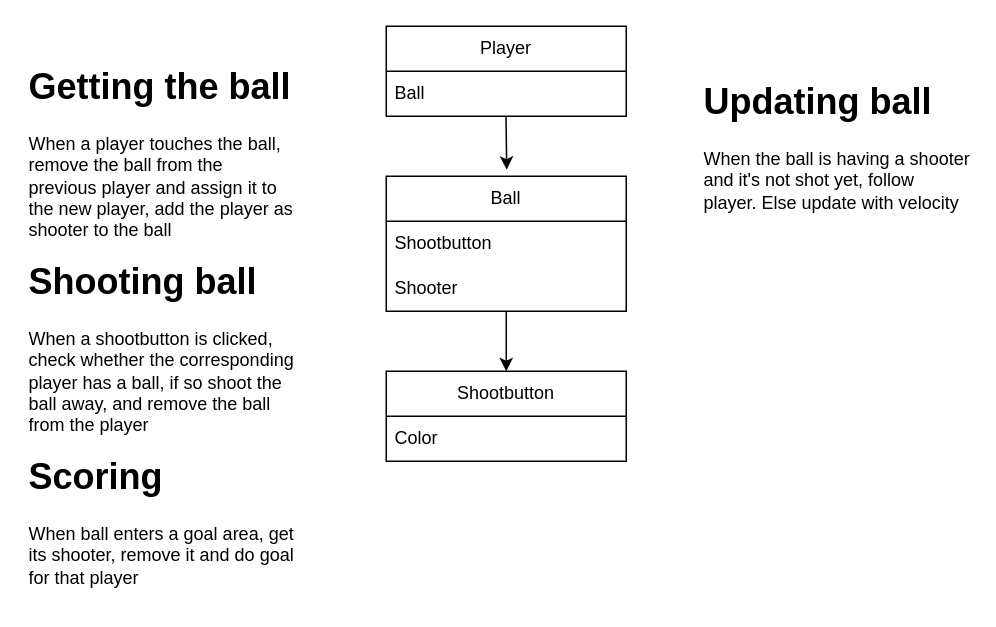
This is app/design/Class Diagram.drawio from Harry-UT/Paaltjesvoetbal, a draw.io file, before an edit. Source tidied: cells renumbered, new cells numbered last; positions are measured from the earlier drawing's top-left corner, leaving out a move shared by most shapes. Both pictures are drawn from the tidied source at 150%, with x=0, y=0 at pixel (26, 26).
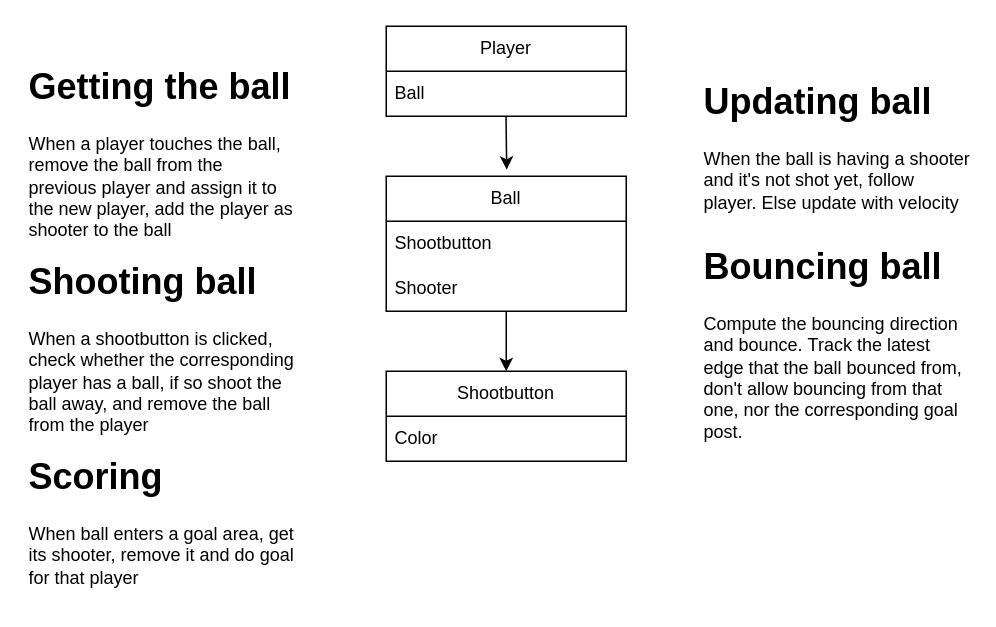
Above is the later version.

Commit message (it also covers changes not shown here):
Refactor GameView and Ball: remove unused variables, simplify collision logic, and enhance edge bounce handling

Diff of the diagram source:
```diff
@@
 <mxGraphModel>
   <root>
     <mxCell id="0" />
     <mxCell id="1" parent="0" />
     <mxCell id="2" style="edgeStyle=orthogonalEdgeStyle;rounded=0;jettySize=auto;html=1;exitX=0.5;exitY=1;exitDx=0;exitDy=0;entryX=0.5;entryY=0;entryDx=0;entryDy=0;" parent="1" edge="1" source="3" target="8">
       <mxGeometry relative="1" as="geometry" />
     </mxCell>
     <mxCell id="3" value="Ball" style="swimlane;fontStyle=0;horizontal=1;startSize=30;whiteSpace=wrap;html=1;" parent="1" vertex="1">
       <mxGeometry x="240" y="100" width="160" height="90" as="geometry" />
     </mxCell>
     <mxCell id="4" value="Shootbutton" style="text;strokeColor=none;fillColor=none;align=left;verticalAlign=middle;spacingLeft=4;spacingRight=4;overflow=hidden;whiteSpace=wrap;html=1;" parent="3" vertex="1">
       <mxGeometry y="30" width="160" height="30" as="geometry" />
     </mxCell>
     <mxCell id="5" value="Shooter" style="text;strokeColor=none;fillColor=none;align=left;verticalAlign=middle;spacingLeft=4;spacingRight=4;overflow=hidden;whiteSpace=wrap;html=1;" parent="3" vertex="1">
       <mxGeometry y="60" width="160" height="30" as="geometry" />
     </mxCell>
     <mxCell id="6" value="Player" style="swimlane;fontStyle=0;horizontal=1;startSize=30;whiteSpace=wrap;html=1;" parent="1" vertex="1">
       <mxGeometry x="240" width="160" height="60" as="geometry" />
     </mxCell>
     <mxCell id="7" value="Ball" style="text;strokeColor=none;fillColor=none;align=left;verticalAlign=middle;spacingLeft=4;spacingRight=4;overflow=hidden;points=[[0,0.5],[1,0.5]];portConstraint=eastwest;whiteSpace=wrap;html=1;" parent="6" vertex="1">
       <mxGeometry y="30" width="160" height="30" as="geometry" />
     </mxCell>
     <mxCell id="8" value="Shootbutton" style="swimlane;fontStyle=0;horizontal=1;startSize=30;whiteSpace=wrap;html=1;" parent="1" vertex="1">
       <mxGeometry x="240" y="230" width="160" height="60" as="geometry" />
     </mxCell>
     <mxCell id="9" value="Color" style="text;strokeColor=none;fillColor=none;align=left;verticalAlign=middle;spacingLeft=4;spacingRight=4;overflow=hidden;whiteSpace=wrap;html=1;" parent="8" vertex="1">
       <mxGeometry y="30" width="160" height="30" as="geometry" />
     </mxCell>
     <mxCell id="10" style="endArrow=classic;html=1;rounded=0;exitX=0.499;exitY=0.994;exitDx=0;exitDy=0;exitPerimeter=0;entryX=0.502;entryY=-0.049;entryDx=0;entryDy=0;entryPerimeter=0;" parent="1" edge="1" source="7" target="3">
       <mxGeometry relative="1" as="geometry" />
     </mxCell>
     <mxCell id="11" value="&lt;h1 style=&quot;margin-top: 0px;&quot;&gt;Scoring&lt;/h1&gt;&lt;p&gt;When ball enters a goal area, get its shooter, remove it and do goal for that player&lt;/p&gt;" style="text;html=1;whiteSpace=wrap;overflow=hidden;rounded=0;" parent="1" vertex="1">
       <mxGeometry y="280" width="180" height="100" as="geometry" />
     </mxCell>
     <mxCell id="12" value="&lt;h1 style=&quot;margin-top: 0px;&quot;&gt;Getting the ball&lt;/h1&gt;&lt;div&gt;When a player touches the ball, remove the ball from the previous player and assign it to the new player, add the player as shooter to the ball&lt;/div&gt;" style="text;html=1;whiteSpace=wrap;overflow=hidden;rounded=0;" parent="1" vertex="1">
       <mxGeometry y="20" width="180" height="120" as="geometry" />
     </mxCell>
     <mxCell id="13" value="&lt;h1 style=&quot;margin-top: 0px;&quot;&gt;Shooting ball&lt;/h1&gt;&lt;div&gt;When a shootbutton is clicked, check whether the corresponding player has a ball, if so shoot the ball away, and remove the ball from the player&lt;/div&gt;" style="text;html=1;whiteSpace=wrap;overflow=hidden;rounded=0;" parent="1" vertex="1">
       <mxGeometry y="150" width="180" height="130" as="geometry" />
     </mxCell>
     <mxCell id="14" value="&lt;h1 style=&quot;margin-top: 0px;&quot;&gt;Updating ball&lt;/h1&gt;&lt;div&gt;When the ball is having a shooter and it's not shot yet, follow player. Else update with velocity&lt;/div&gt;" style="text;html=1;whiteSpace=wrap;overflow=hidden;rounded=0;" parent="1" vertex="1">
       <mxGeometry x="450" y="30" width="180" height="120" as="geometry" />
     </mxCell>
+    <mxCell id="15" value="&lt;h1 style=&quot;margin-top: 0px;&quot;&gt;Bouncing ball&lt;/h1&gt;&lt;div&gt;Compute the bouncing direction and bounce.&amp;nbsp;&lt;span style=&quot;background-color: transparent; color: light-dark(rgb(0, 0, 0), rgb(255, 255, 255));&quot;&gt;Track the latest edge that the ball bounced from, don't allow bouncing from that one, nor the corresponding goal post.&lt;/span&gt;&lt;/div&gt;" style="text;html=1;whiteSpace=wrap;overflow=hidden;rounded=0;" parent="1" vertex="1">
+      <mxGeometry x="450" y="140" width="180" height="230" as="geometry" />
+    </mxCell>
   </root>
 </mxGraphModel>
```
